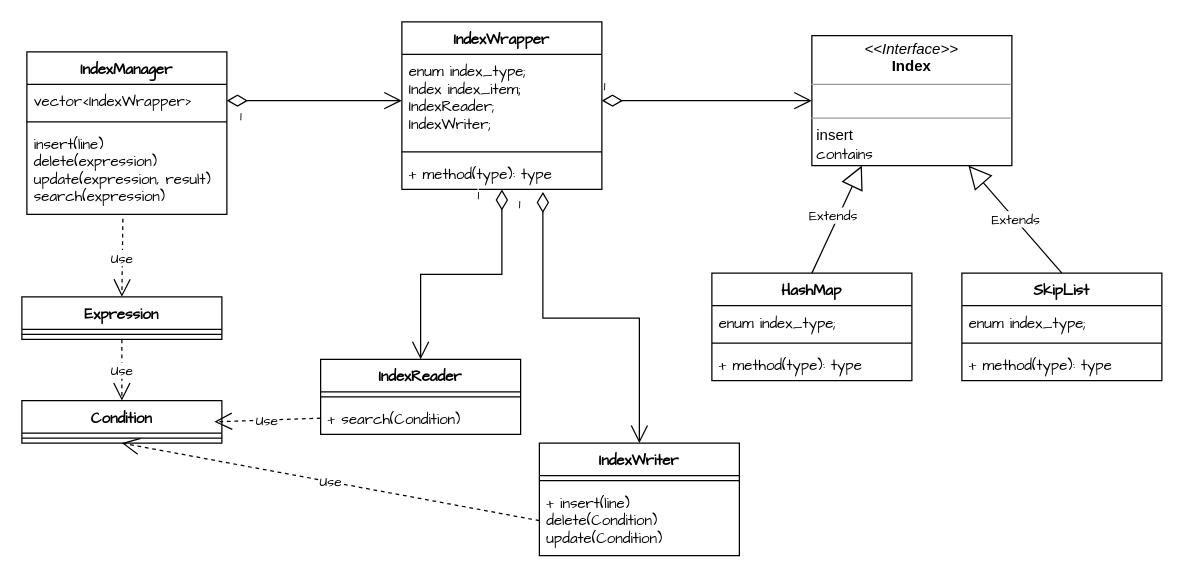
The draw.io diagram 未命名绘图.drawio in gaochenxi/drawio, before the edit. Source tidied: cells renumbered, new cells numbered last; positions are measured from the earlier drawing's top-left corner, leaving out a move shared by most shapes. Both pictures are drawn from the tidied source at 125%, with x=0, y=0 at pixel (21, 21).
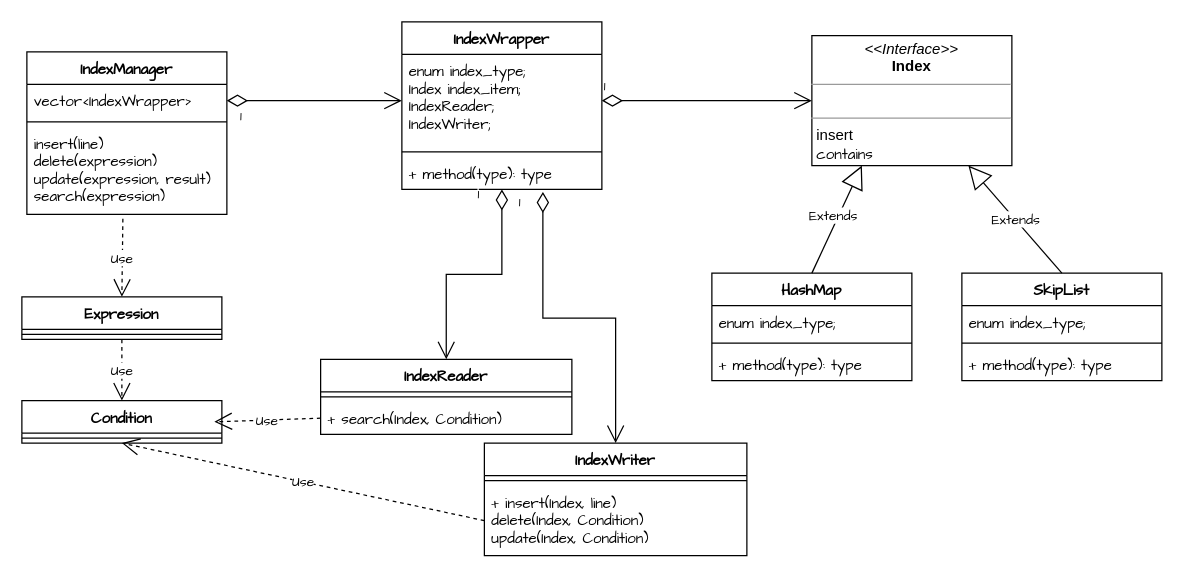
After the change.

Commit message:
更新未命名绘图.drawio

Change to the diagram source:
```diff
@@
     <mxCell id="29" value="IndexReader" style="swimlane;fontStyle=1;align=center;verticalAlign=top;horizontal=1;startSize=26;fontFamily=Comic Sans MS;" parent="1" vertex="1">
-      <mxGeometry x="239" y="270" width="160" height="60" as="geometry" />
+      <mxGeometry x="239" y="270" width="201" height="60" as="geometry" />
     </mxCell>
     <mxCell id="30" style="line;strokeWidth=1;fillColor=none;align=left;verticalAlign=middle;spacingTop=-1;spacingLeft=3;spacingRight=3;labelPosition=right;strokeColor=inherit;fontFamily=Comic Sans MS;" parent="29" vertex="1">
-      <mxGeometry y="26" width="160" height="8" as="geometry" />
+      <mxGeometry y="26" width="201" height="8" as="geometry" />
     </mxCell>
-    <mxCell id="31" value="+ search(Condition)" style="text;strokeColor=none;fillColor=none;align=left;verticalAlign=top;spacingLeft=4;spacingRight=4;overflow=hidden;points=[[0,0.5],[1,0.5]];portConstraint=eastwest;fontFamily=Comic Sans MS;" parent="29" vertex="1">
-      <mxGeometry y="34" width="160" height="26" as="geometry" />
+    <mxCell id="31" value="+ search(Index, Condition)" style="text;strokeColor=none;fillColor=none;align=left;verticalAlign=top;spacingLeft=4;spacingRight=4;overflow=hidden;points=[[0,0.5],[1,0.5]];portConstraint=eastwest;fontFamily=Comic Sans MS;" parent="29" vertex="1">
+      <mxGeometry y="34" width="201" height="26" as="geometry" />
     </mxCell>
@@
     <mxCell id="33" value="IndexWriter" style="swimlane;fontStyle=1;align=center;verticalAlign=top;horizontal=1;startSize=26;fontFamily=Comic Sans MS;" parent="1" vertex="1">
-      <mxGeometry x="414" y="337" width="160" height="90" as="geometry" />
+      <mxGeometry x="370" y="337" width="210" height="90" as="geometry" />
     </mxCell>
     <mxCell id="34" style="line;strokeWidth=1;fillColor=none;align=left;verticalAlign=middle;spacingTop=-1;spacingLeft=3;spacingRight=3;labelPosition=right;strokeColor=inherit;fontFamily=Comic Sans MS;" parent="33" vertex="1">
-      <mxGeometry y="26" width="160" height="8" as="geometry" />
+      <mxGeometry y="26" width="210" height="8" as="geometry" />
     </mxCell>
-    <mxCell id="35" value="+ insert(line)&#10;delete(Condition)&#10;update(Condition)" style="text;strokeColor=none;fillColor=none;align=left;verticalAlign=top;spacingLeft=4;spacingRight=4;overflow=hidden;points=[[0,0.5],[1,0.5]];portConstraint=eastwest;fontFamily=Comic Sans MS;" parent="33" vertex="1">
-      <mxGeometry y="34" width="160" height="56" as="geometry" />
+    <mxCell id="35" value="+ insert(Index, line)&#10;delete(Index, Condition)&#10;update(Index, Condition)" style="text;strokeColor=none;fillColor=none;align=left;verticalAlign=top;spacingLeft=4;spacingRight=4;overflow=hidden;points=[[0,0.5],[1,0.5]];portConstraint=eastwest;fontFamily=Comic Sans MS;" parent="33" vertex="1">
+      <mxGeometry y="34" width="210" height="56" as="geometry" />
     </mxCell>
```
